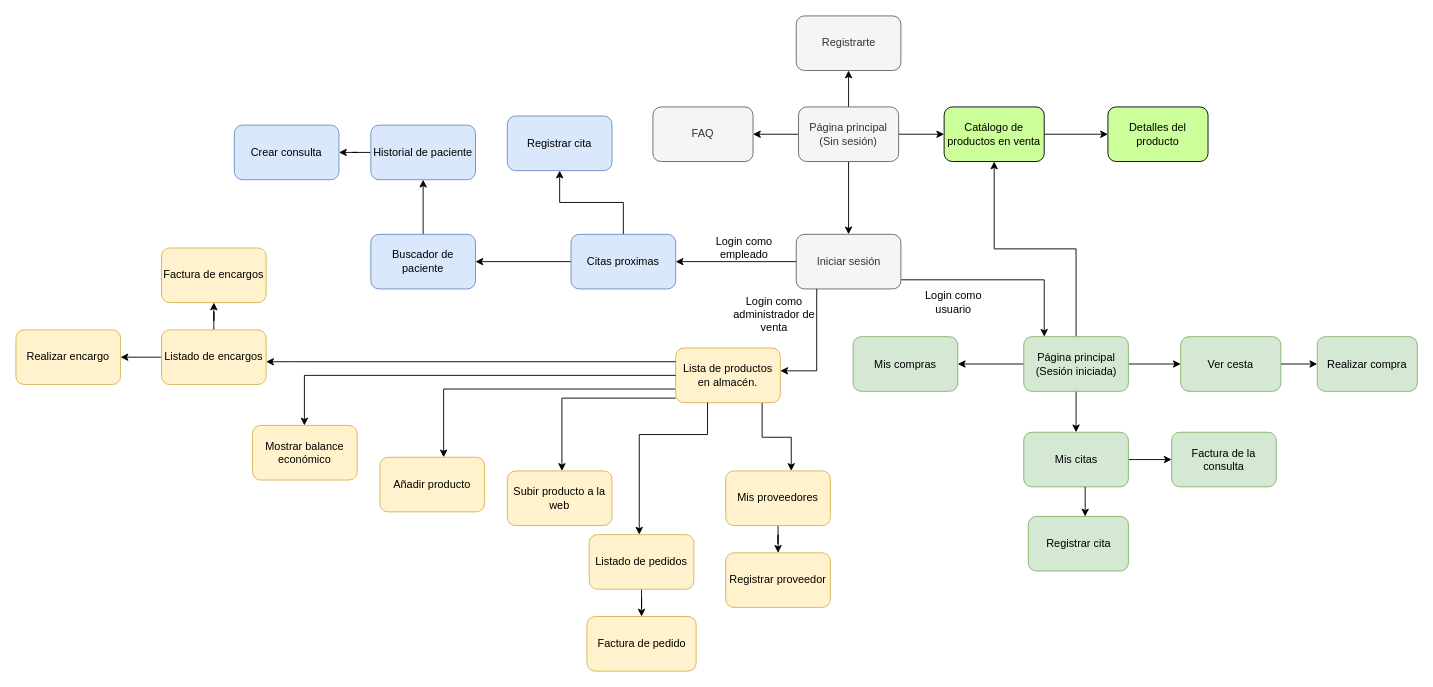
Before: Recursos/Diagrama de navegación.drawio in Jesusjbs/clinicaDental-ir, a draw.io diagram. Source tidied: cells renumbered, new cells numbered last; positions are measured from the earlier drawing's top-left corner, leaving out a move shared by most shapes. Both pictures are drawn from the tidied source at 91%, with x=0, y=0 at pixel (15, 15).
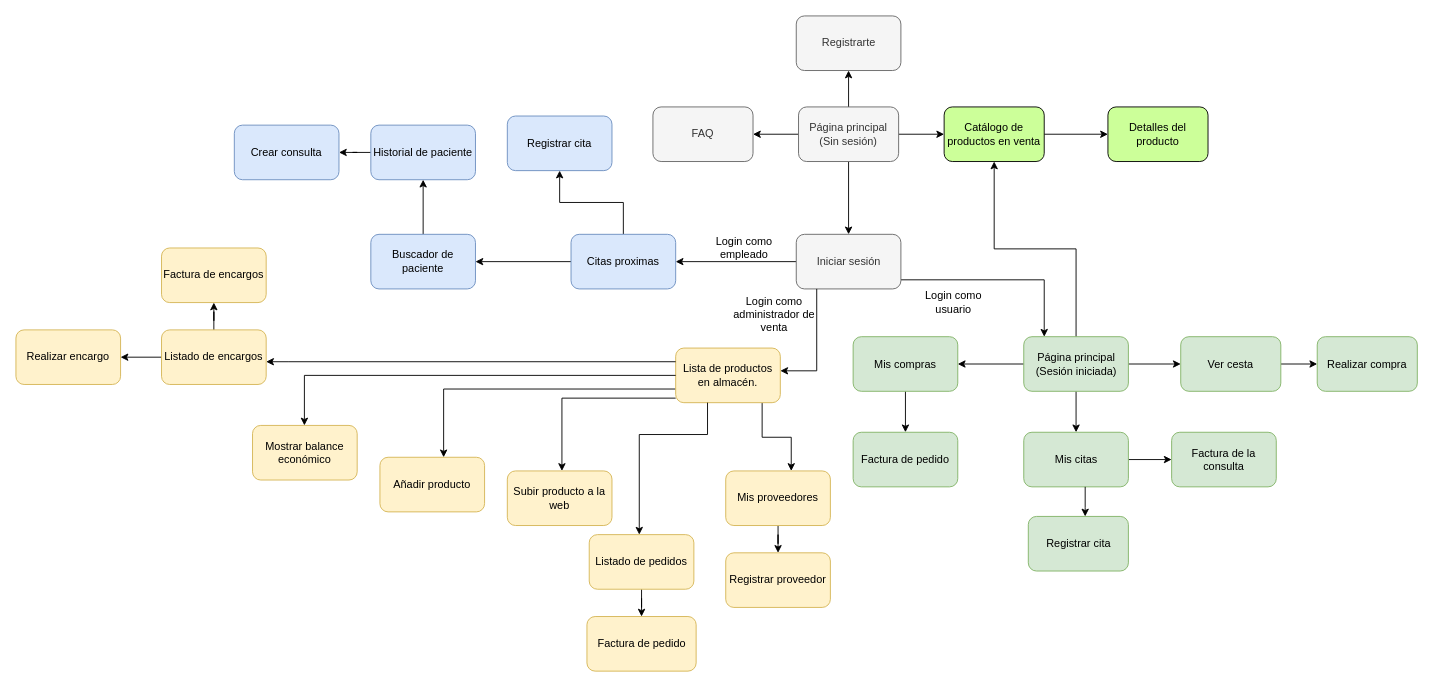
The same diagram, later.

The change refers to these unchanged cells:
```xml
<mxCell id="46" value="Mis compras" style="whiteSpace=wrap;html=1;rounded=1;fillColor=#d5e8d4;strokeColor=#82b366;" parent="1" vertex="1">
  <mxGeometry x="920" y="352.5" width="115" height="60" as="geometry" />
</mxCell>
```

Diff of the diagram source:
```diff
@@
+    <mxCell id="63" style="edgeStyle=orthogonalEdgeStyle;rounded=0;jettySize=auto;html=1;" parent="1" edge="1" source="46" target="64">
+      <mxGeometry relative="1" as="geometry" />
+    </mxCell>
@@
+    <mxCell id="64" value="Factura de pedido" style="whiteSpace=wrap;html=1;rounded=1;fillColor=#d5e8d4;strokeColor=#82b366;" parent="1" vertex="1">
+      <mxGeometry x="920" y="457.5" width="115" height="60" as="geometry" />
+    </mxCell>
```
